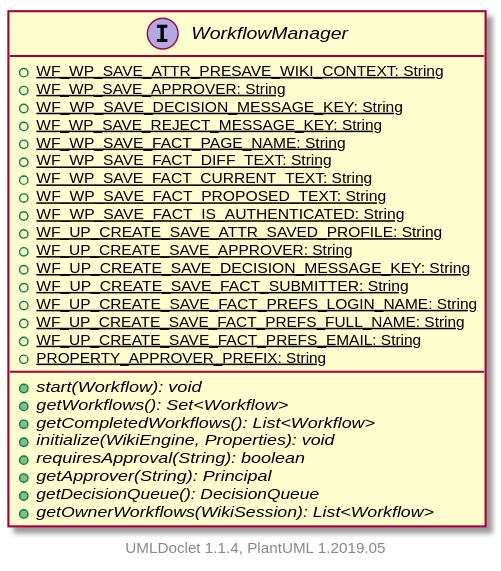
apache/jspwiki-site keeps this PlantUML diagram as apidocs/2.11.0.M7-SNAPSHOT/org/apache/wiki/workflow/WorkflowManager.svg. Above is the earlier version.
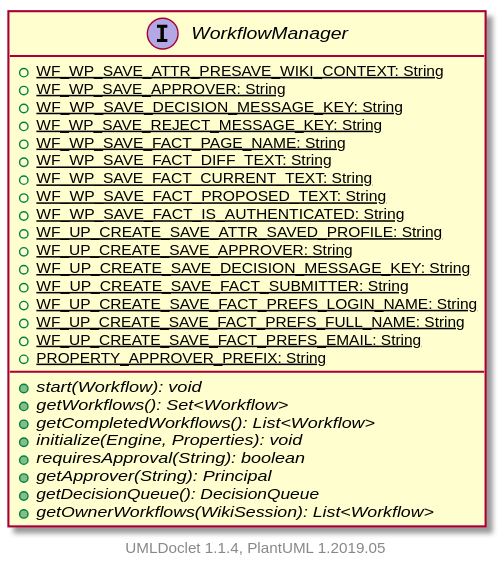
After the commit.

The edit, as a diff of the source:
```diff
@@ -21,7 +21,7 @@
         {abstract} +start(Workflow): void
         {abstract} +getWorkflows(): Set<Workflow>
         {abstract} +getCompletedWorkflows(): List<Workflow>
-        {abstract} +initialize(WikiEngine, Properties): void
+        {abstract} +initialize(Engine, Properties): void
         {abstract} +requiresApproval(String): boolean
         {abstract} +getApprover(String): Principal
         {abstract} +getDecisionQueue(): DecisionQueue
```
